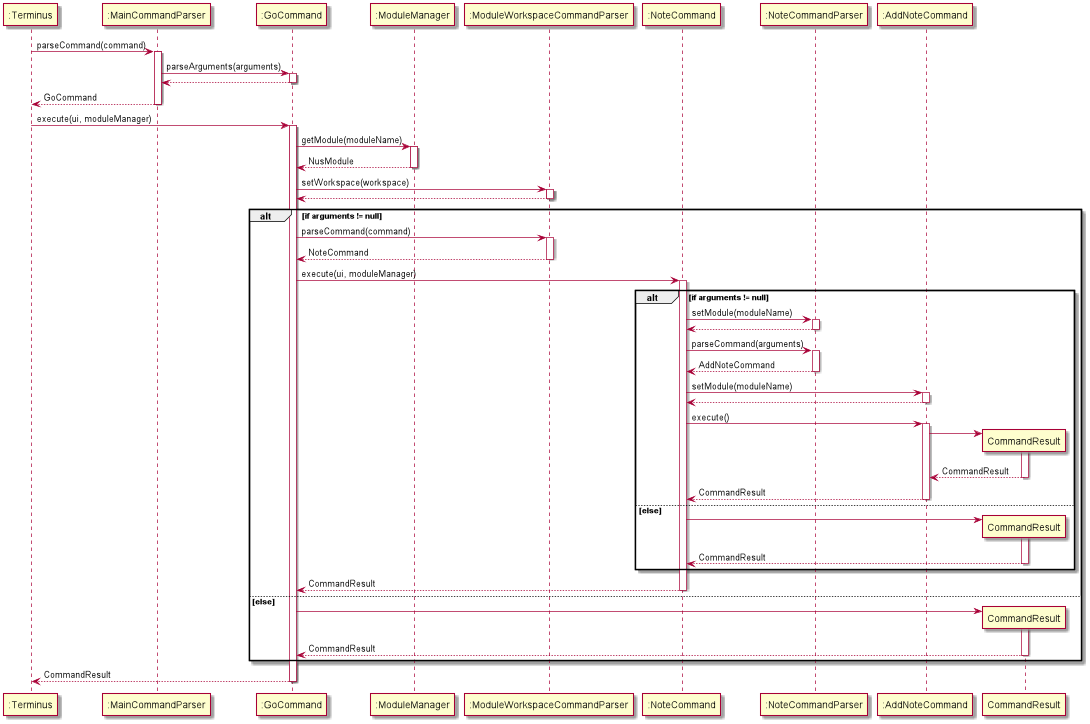
The PlantUML diagram docs/attachments/CommandExecution.png in nus-cs2113-AY2122S1/tp, before a commit.
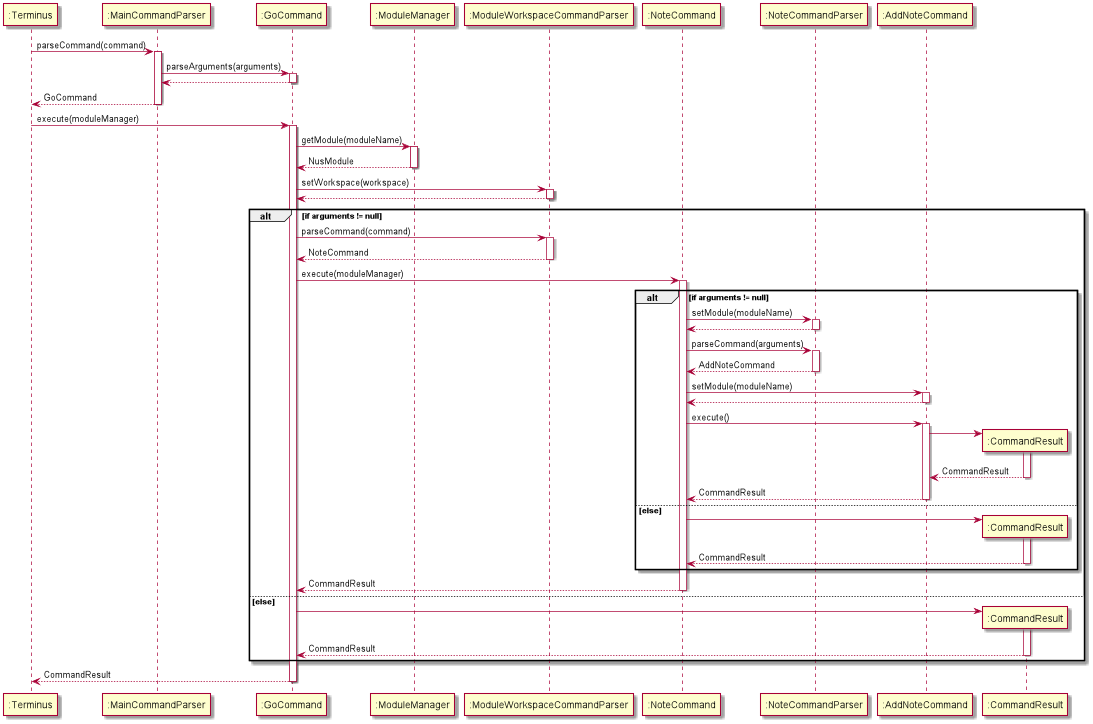
Later version of the same file.

Diff of the diagram source:
```diff
@@ -7,12 +7,13 @@
 participant ":NoteCommand" as NoteCommand
 participant ":NoteCommandParser" as NoteCommandParser
 participant ":AddNoteCommand" as AddNoteCommand
+participant ":CommandResult" as CommandResult
 autoactivate on
 Terminus -> MainCommandParser: parseCommand(command)
   MainCommandParser -> GoCommand: parseArguments(arguments)
   return
 return GoCommand
-Terminus -> GoCommand: execute(ui, moduleManager)
+Terminus -> GoCommand: execute(moduleManager)
    GoCommand -> ModuleManger: getModule(moduleName)
    return NusModule
    GoCommand -> ModuleWorkspaceCommandParser: setWorkspace(workspace)
@@ -20,7 +21,7 @@
       alt if arguments != null
       GoCommand -> ModuleWorkspaceCommandParser:parseCommand(command)
       return NoteCommand
-      GoCommand -> NoteCommand : execute(ui, moduleManager)
+      GoCommand -> NoteCommand : execute(moduleManager)
         alt if arguments != null
           NoteCommand -> NoteCommandParser: setModule(moduleName)
           return
@@ -45,9 +46,4 @@
         return CommandResult
       end
 return CommandResult
-
-
-
-
-
 @enduml
```
